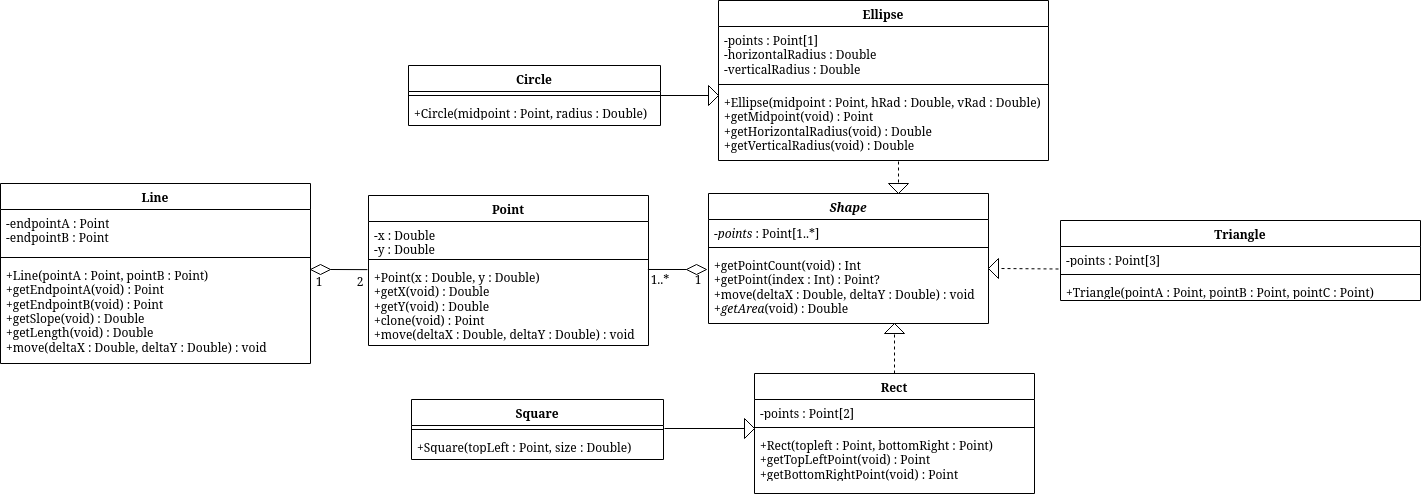
Before: UML.png, a diagram exported from draw.io (BrodySteidley/cs5700.1). Source tidied: cells renumbered, new cells last; positions are measured from the earlier drawing's top-left corner, leaving out a move shared by most shapes.
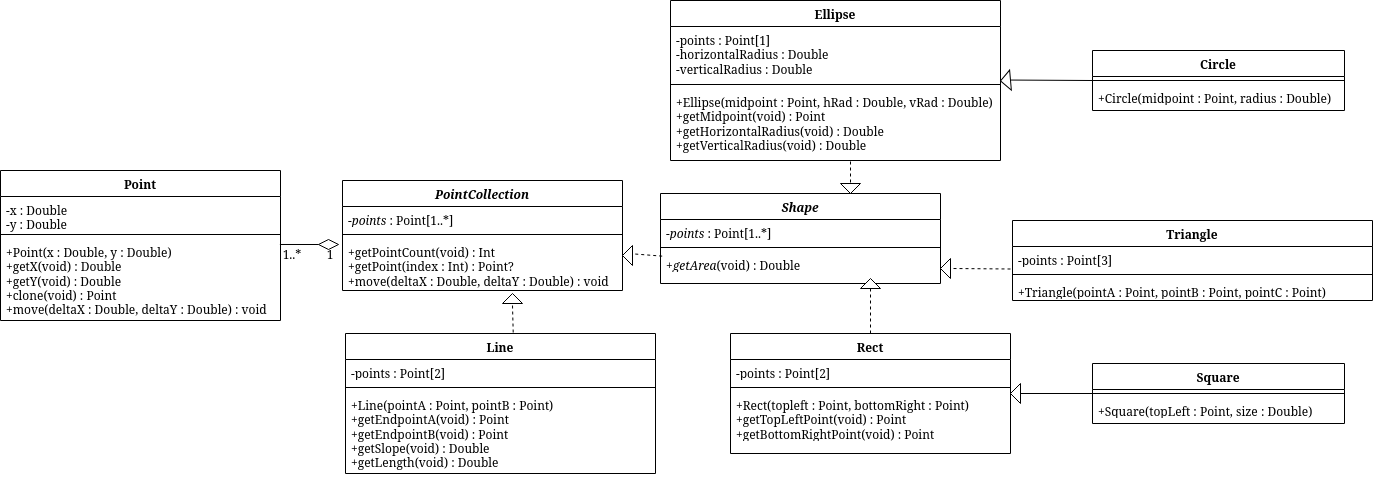
The same file after the commit.

Commit message:
Added PointCollection abstraction

What changed in the source:
```diff
@@ -3,7 +3,7 @@
     <mxCell id="0" />
     <mxCell id="1" parent="0" />
     <mxCell id="2" value="Point" style="swimlane;fontStyle=1;align=center;verticalAlign=top;horizontal=1;startSize=26;whiteSpace=wrap;html=1;" parent="1" vertex="1">
-      <mxGeometry x="368" y="195" width="280" height="150" as="geometry" />
+      <mxGeometry x="48" y="170" width="280" height="150" as="geometry" />
     </mxCell>
     <mxCell id="3" value="&lt;div&gt;-x : Double&lt;/div&gt;&lt;div&gt;-y : Double&lt;/div&gt;" style="text;strokeColor=none;fillColor=none;align=left;verticalAlign=top;spacingLeft=4;spacingRight=4;overflow=hidden;whiteSpace=wrap;html=1;" parent="2" vertex="1">
       <mxGeometry y="26" width="280" height="34" as="geometry" />
@@ -15,22 +15,19 @@
       <mxGeometry y="68" width="280" height="82" as="geometry" />
     </mxCell>
     <mxCell id="6" value="Line" style="swimlane;fontStyle=1;align=center;verticalAlign=top;horizontal=1;startSize=26;whiteSpace=wrap;html=1;" parent="1" vertex="1">
-      <mxGeometry y="183" width="310" height="180" as="geometry" />
+      <mxGeometry x="393" y="333" width="310" height="140" as="geometry" />
     </mxCell>
-    <mxCell id="7" value="&lt;div&gt;-endpointA : Point&lt;/div&gt;&lt;div&gt;-endpointB : Point&lt;/div&gt;" style="text;strokeColor=none;fillColor=none;align=left;verticalAlign=top;spacingLeft=4;spacingRight=4;overflow=hidden;whiteSpace=wrap;html=1;" parent="6" vertex="1">
-      <mxGeometry y="26" width="310" height="44" as="geometry" />
+    <mxCell id="7" value="-points : Point[2]" style="text;strokeColor=none;fillColor=none;align=left;verticalAlign=top;spacingLeft=4;spacingRight=4;overflow=hidden;whiteSpace=wrap;html=1;" parent="6" vertex="1">
+      <mxGeometry y="26" width="310" height="24" as="geometry" />
     </mxCell>
     <mxCell id="8" style="line;strokeWidth=1;fillColor=none;align=left;verticalAlign=middle;spacingTop=-1;spacingLeft=3;spacingRight=3;labelPosition=right;strokeColor=inherit;" parent="6" vertex="1">
-      <mxGeometry y="70" width="310" height="8" as="geometry" />
+      <mxGeometry y="50" width="310" height="8" as="geometry" />
     </mxCell>
-    <mxCell id="9" value="&lt;div&gt;+Line(pointA : Point, pointB : Point)&lt;/div&gt;&lt;div&gt;+getEndpointA(void) : Point&lt;/div&gt;&lt;div&gt;+getEndpointB(void) : Point&lt;/div&gt;&lt;div&gt;+getSlope(void) : Double&lt;/div&gt;&lt;div&gt;+getLength(void) : Double&lt;/div&gt;&lt;div&gt;+move(deltaX : Double, deltaY : Double) : void&lt;/div&gt;" style="text;strokeColor=none;fillColor=none;align=left;verticalAlign=top;spacingLeft=4;spacingRight=4;overflow=hidden;whiteSpace=wrap;html=1;" parent="6" vertex="1">
-      <mxGeometry y="78" width="310" height="102" as="geometry" />
+    <mxCell id="9" value="&lt;div&gt;+Line(pointA : Point, pointB : Point)&lt;/div&gt;&lt;div&gt;+getEndpointA(void) : Point&lt;/div&gt;&lt;div&gt;+getEndpointB(void) : Point&lt;/div&gt;&lt;div&gt;+getSlope(void) : Double&lt;/div&gt;&lt;div&gt;+getLength(void) : Double&lt;/div&gt;" style="text;strokeColor=none;fillColor=none;align=left;verticalAlign=top;spacingLeft=4;spacingRight=4;overflow=hidden;whiteSpace=wrap;html=1;" parent="6" vertex="1">
+      <mxGeometry y="58" width="310" height="82" as="geometry" />
     </mxCell>
-    <mxCell id="10" style="rhombus;whiteSpace=wrap;html=1;" parent="1" vertex="1">
-      <mxGeometry x="310" y="264" width="20" height="10" as="geometry" />
-    </mxCell>
     <mxCell id="11" value="Rect" style="swimlane;fontStyle=1;align=center;verticalAlign=top;horizontal=1;startSize=26;whiteSpace=wrap;html=1;" parent="1" vertex="1">
-      <mxGeometry x="754" y="373" width="280" height="120" as="geometry" />
+      <mxGeometry x="778" y="333" width="280" height="120" as="geometry" />
     </mxCell>
     <mxCell id="12" value="-points : Point[2]" style="text;strokeColor=none;fillColor=none;align=left;verticalAlign=top;spacingLeft=4;spacingRight=4;overflow=hidden;whiteSpace=wrap;html=1;" parent="11" vertex="1">
       <mxGeometry y="26" width="280" height="24" as="geometry" />
@@ -42,20 +39,18 @@
       <mxGeometry y="58" width="280" height="62" as="geometry" />
     </mxCell>
     <mxCell id="15" style="rhombus;whiteSpace=wrap;html=1;direction=west;" parent="1" vertex="1">
-      <mxGeometry x="686" y="264" width="20" height="10" as="geometry" />
+      <mxGeometry x="366" y="239" width="20" height="10" as="geometry" />
     </mxCell>
     <mxCell id="16" style="endArrow=none;html=1;rounded=0;entryX=1;entryY=0.5;entryDx=0;entryDy=0;exitX=1.005;exitY=1.068;exitDx=0;exitDy=0;exitPerimeter=0;" parent="1" edge="1" target="15">
       <mxGeometry relative="1" as="geometry">
-        <mxPoint x="647.4" y="269" as="sourcePoint" />
+        <mxPoint x="327.4" y="244" as="sourcePoint" />
       </mxGeometry>
     </mxCell>
-    <mxCell id="17" style="triangle;whiteSpace=wrap;html=1;" parent="1" vertex="1">
-      <mxGeometry x="744" y="418" width="10" height="20" as="geometry" />
+    <mxCell id="17" style="triangle;whiteSpace=wrap;html=1;direction=west;" parent="1" vertex="1">
+      <mxGeometry x="1058" y="383" width="10" height="20" as="geometry" />
     </mxCell>
-    <mxCell id="18" style="endArrow=none;html=1;rounded=0;exitX=1;exitY=0.5;exitDx=0;exitDy=0;entryX=0;entryY=0.5;entryDx=0;entryDy=0;" parent="1" edge="1" target="17">
-      <mxGeometry relative="1" as="geometry">
-        <mxPoint x="664" y="428" as="sourcePoint" />
-      </mxGeometry>
+    <mxCell id="18" style="endArrow=none;html=1;rounded=0;exitX=0;exitY=0.5;exitDx=0;exitDy=0;entryX=0;entryY=0.5;entryDx=0;entryDy=0;" parent="1" edge="1" source="47" target="17">
+      <mxGeometry relative="1" as="geometry" />
     </mxCell>
     <mxCell id="19" value="&lt;div&gt;Ellipse&lt;/div&gt;&lt;div&gt;&lt;br&gt;&lt;/div&gt;" style="swimlane;fontStyle=1;align=center;verticalAlign=top;horizontal=1;startSize=26;whiteSpace=wrap;html=1;" parent="1" vertex="1">
       <mxGeometry x="718" width="330" height="160" as="geometry" />
@@ -69,17 +64,14 @@
     <mxCell id="22" value="&lt;div&gt;+Ellipse(midpoint : Point, hRad : Double, vRad : Double)&lt;/div&gt;&lt;div&gt;+getMidpoint(void) : Point&lt;div&gt;&lt;/div&gt;&lt;div&gt;+getHorizontalRadius(void) : Double&lt;/div&gt;&lt;/div&gt;&lt;div&gt;+getVerticalRadius(void) : Double&lt;/div&gt;" style="text;strokeColor=none;fillColor=none;align=left;verticalAlign=top;spacingLeft=4;spacingRight=4;overflow=hidden;whiteSpace=wrap;html=1;" parent="19" vertex="1">
       <mxGeometry y="88" width="330" height="72" as="geometry" />
     </mxCell>
-    <mxCell id="23" style="endArrow=none;html=1;rounded=0;entryX=0;entryY=0.5;entryDx=0;entryDy=0;" parent="1" edge="1">
-      <mxGeometry relative="1" as="geometry">
-        <mxPoint x="660" y="95" as="sourcePoint" />
-        <mxPoint x="708" y="95" as="targetPoint" />
-      </mxGeometry>
+    <mxCell id="23" style="endArrow=none;html=1;rounded=0;exitX=0;exitY=0.5;exitDx=0;exitDy=0;entryX=0;entryY=0.5;entryDx=0;entryDy=0;" parent="1" edge="1" source="38" target="24">
+      <mxGeometry relative="1" as="geometry" />
     </mxCell>
-    <mxCell id="24" style="triangle;whiteSpace=wrap;html=1;" parent="1" vertex="1">
-      <mxGeometry x="708" y="85" width="10" height="20" as="geometry" />
+    <mxCell id="24" style="triangle;whiteSpace=wrap;html=1;rotation=-5;direction=west;" parent="1" vertex="1">
+      <mxGeometry x="1048" y="70" width="10" height="20" as="geometry" />
     </mxCell>
     <mxCell id="25" value="&lt;i&gt;Shape&lt;/i&gt;" style="swimlane;fontStyle=1;align=center;verticalAlign=top;horizontal=1;startSize=26;whiteSpace=wrap;html=1;" parent="1" vertex="1">
-      <mxGeometry x="708" y="193" width="280" height="130" as="geometry" />
+      <mxGeometry x="708" y="193" width="280" height="90" as="geometry" />
     </mxCell>
     <mxCell id="26" value="&lt;div&gt;-&lt;i&gt;points&lt;/i&gt; : Point[1..*]&lt;/div&gt;" style="text;strokeColor=none;fillColor=none;align=left;verticalAlign=top;spacingLeft=4;spacingRight=4;overflow=hidden;whiteSpace=wrap;html=1;" parent="25" vertex="1">
       <mxGeometry y="26" width="280" height="24" as="geometry" />
@@ -87,14 +79,20 @@
     <mxCell id="27" style="line;strokeWidth=1;fillColor=none;align=left;verticalAlign=middle;spacingTop=-1;spacingLeft=3;spacingRight=3;labelPosition=right;strokeColor=inherit;" parent="25" vertex="1">
       <mxGeometry y="50" width="280" height="8" as="geometry" />
     </mxCell>
+    <mxCell id="50" style="endArrow=none;dashed=1;html=1;rounded=0;exitX=0.006;exitY=0.12;exitDx=0;exitDy=0;entryX=0;entryY=0.5;entryDx=0;entryDy=0;exitPerimeter=0;" parent="25" edge="1">
+      <mxGeometry relative="1" as="geometry">
+        <mxPoint x="1.7" y="62.6" as="sourcePoint" />
+        <mxPoint x="-28" y="60.3" as="targetPoint" />
+      </mxGeometry>
+    </mxCell>
-    <mxCell id="28" value="&lt;div&gt;+getPointCount(void) : Int&lt;/div&gt;&lt;div&gt;+getPoint(index : Int) : Point?&lt;/div&gt;&lt;div&gt;+move(deltaX : Double, deltaY : Double) : void&lt;/div&gt;&lt;div&gt;&lt;/div&gt;&lt;div&gt;+&lt;i&gt;getArea&lt;/i&gt;(void) : Double&lt;/div&gt;" style="text;strokeColor=none;fillColor=none;align=left;verticalAlign=top;spacingLeft=4;spacingRight=4;overflow=hidden;whiteSpace=wrap;html=1;" parent="25" vertex="1">
-      <mxGeometry y="58" width="280" height="72" as="geometry" />
+    <mxCell id="28" value="&lt;div&gt;+&lt;i&gt;getArea&lt;/i&gt;(void) : Double&lt;/div&gt;" style="text;strokeColor=none;fillColor=none;align=left;verticalAlign=top;spacingLeft=4;spacingRight=4;overflow=hidden;whiteSpace=wrap;html=1;" parent="25" vertex="1">
+      <mxGeometry y="58" width="280" height="32" as="geometry" />
     </mxCell>
     <mxCell id="29" style="endArrow=none;dashed=1;html=1;rounded=0;exitX=0.5;exitY=0;exitDx=0;exitDy=0;entryX=0;entryY=0.5;entryDx=0;entryDy=0;" parent="1" edge="1" source="11" target="30">
       <mxGeometry relative="1" as="geometry" />
     </mxCell>
     <mxCell id="30" style="triangle;whiteSpace=wrap;html=1;direction=north;" parent="1" vertex="1">
-      <mxGeometry x="884" y="323" width="20" height="10" as="geometry" />
+      <mxGeometry x="908" y="278" width="20" height="10" as="geometry" />
     </mxCell>
     <mxCell id="31" style="endArrow=none;dashed=1;html=1;rounded=0;exitX=0;exitY=0.5;exitDx=0;exitDy=0;entryX=0;entryY=0.5;entryDx=0;entryDy=0;" parent="1" edge="1" target="32">
       <mxGeometry relative="1" as="geometry">
@@ -112,19 +110,14 @@
     <mxCell id="34" style="triangle;whiteSpace=wrap;html=1;direction=south;" parent="1" vertex="1">
       <mxGeometry x="888" y="183" width="20" height="10" as="geometry" />
     </mxCell>
-    <mxCell id="35" style="endArrow=none;html=1;rounded=0;exitX=1;exitY=0.5;exitDx=0;exitDy=0;entryX=-0.011;entryY=1.003;entryDx=0;entryDy=0;entryPerimeter=0;" parent="1" edge="1" source="10">
-      <mxGeometry relative="1" as="geometry">
-        <mxPoint x="366.9" y="269.1" as="targetPoint" />
-      </mxGeometry>
-    </mxCell>
     <mxCell id="36" value="1..*" style="text;html=1;whiteSpace=wrap;strokeColor=none;fillColor=none;align=center;verticalAlign=middle;rounded=0;" parent="1" vertex="1">
-      <mxGeometry x="630" y="264" width="60" height="30" as="geometry" />
+      <mxGeometry x="310" y="239" width="60" height="30" as="geometry" />
     </mxCell>
     <mxCell id="37" value="1" style="text;html=1;whiteSpace=wrap;strokeColor=none;fillColor=none;align=center;verticalAlign=middle;rounded=0;" parent="1" vertex="1">
-      <mxGeometry x="668" y="264" width="60" height="30" as="geometry" />
+      <mxGeometry x="348" y="239" width="60" height="30" as="geometry" />
     </mxCell>
     <mxCell id="38" value="Circle" style="swimlane;fontStyle=1;align=center;verticalAlign=top;horizontal=1;startSize=26;whiteSpace=wrap;html=1;" parent="1" vertex="1">
-      <mxGeometry x="408" y="65" width="252" height="60" as="geometry" />
+      <mxGeometry x="1140" y="50" width="252" height="60" as="geometry" />
     </mxCell>
     <mxCell id="39" style="line;strokeWidth=1;fillColor=none;align=left;verticalAlign=middle;spacingTop=-1;spacingLeft=3;spacingRight=3;labelPosition=right;strokeColor=inherit;" parent="38" vertex="1">
       <mxGeometry y="26" width="252" height="8" as="geometry" />
@@ -144,14 +137,8 @@
     <mxCell id="44" value="&lt;div&gt;+Triangle(pointA : Point, pointB : Point, pointC : Point)&lt;/div&gt;" style="text;strokeColor=none;fillColor=none;align=left;verticalAlign=top;spacingLeft=4;spacingRight=4;overflow=hidden;whiteSpace=wrap;html=1;" parent="41" vertex="1">
       <mxGeometry y="58" width="360" height="22" as="geometry" />
     </mxCell>
-    <mxCell id="45" value="1" style="text;html=1;whiteSpace=wrap;strokeColor=none;fillColor=none;align=center;verticalAlign=middle;rounded=0;" parent="1" vertex="1">
-      <mxGeometry x="289" y="266" width="60" height="30" as="geometry" />
-    </mxCell>
-    <mxCell id="46" value="2" style="text;html=1;whiteSpace=wrap;strokeColor=none;fillColor=none;align=center;verticalAlign=middle;rounded=0;" parent="1" vertex="1">
-      <mxGeometry x="330" y="266" width="60" height="30" as="geometry" />
-    </mxCell>
     <mxCell id="47" value="Square" style="swimlane;fontStyle=1;align=center;verticalAlign=top;horizontal=1;startSize=26;whiteSpace=wrap;html=1;" parent="1" vertex="1">
-      <mxGeometry x="411" y="399" width="252" height="60" as="geometry" />
+      <mxGeometry x="1140" y="363" width="252" height="60" as="geometry" />
     </mxCell>
     <mxCell id="48" style="line;strokeWidth=1;fillColor=none;align=left;verticalAlign=middle;spacingTop=-1;spacingLeft=3;spacingRight=3;labelPosition=right;strokeColor=inherit;" parent="47" vertex="1">
       <mxGeometry y="26" width="252" height="8" as="geometry" />
@@ -159,5 +146,28 @@
     <mxCell id="49" value="+Square(topLeft : Point, size : Double)" style="text;strokeColor=none;fillColor=none;align=left;verticalAlign=top;spacingLeft=4;spacingRight=4;overflow=hidden;whiteSpace=wrap;html=1;" parent="47" vertex="1">
       <mxGeometry y="34" width="252" height="26" as="geometry" />
     </mxCell>
+    <mxCell id="51" value="&lt;i&gt;PointCollection&lt;/i&gt;" style="swimlane;fontStyle=1;align=center;verticalAlign=top;horizontal=1;startSize=26;whiteSpace=wrap;html=1;" parent="1" vertex="1">
+      <mxGeometry x="390" y="180" width="280" height="110" as="geometry" />
+    </mxCell>
+    <mxCell id="52" value="&lt;div&gt;-&lt;i&gt;points&lt;/i&gt; : Point[1..*]&lt;/div&gt;" style="text;strokeColor=none;fillColor=none;align=left;verticalAlign=top;spacingLeft=4;spacingRight=4;overflow=hidden;whiteSpace=wrap;html=1;" parent="51" vertex="1">
+      <mxGeometry y="26" width="280" height="24" as="geometry" />
+    </mxCell>
+    <mxCell id="53" style="line;strokeWidth=1;fillColor=none;align=left;verticalAlign=middle;spacingTop=-1;spacingLeft=3;spacingRight=3;labelPosition=right;strokeColor=inherit;" parent="51" vertex="1">
+      <mxGeometry y="50" width="280" height="8" as="geometry" />
+    </mxCell>
+    <mxCell id="54" value="&lt;div&gt;+getPointCount(void) : Int&lt;/div&gt;&lt;div&gt;+getPoint(index : Int) : Point?&lt;/div&gt;&lt;div&gt;+move(deltaX : Double, deltaY : Double) : void&lt;/div&gt;" style="text;strokeColor=none;fillColor=none;align=left;verticalAlign=top;spacingLeft=4;spacingRight=4;overflow=hidden;whiteSpace=wrap;html=1;" parent="51" vertex="1">
+      <mxGeometry y="58" width="280" height="52" as="geometry" />
+    </mxCell>
+    <mxCell id="55" style="triangle;whiteSpace=wrap;html=1;direction=north;" parent="1" vertex="1">
+      <mxGeometry x="550" y="293" width="20" height="10" as="geometry" />
+    </mxCell>
+    <mxCell id="56" style="triangle;whiteSpace=wrap;html=1;direction=west;" parent="1" vertex="1">
+      <mxGeometry x="670" y="245" width="10" height="20" as="geometry" />
+    </mxCell>
+    <mxCell id="57" style="endArrow=none;dashed=1;html=1;rounded=0;entryX=0;entryY=0.5;entryDx=0;entryDy=0;exitX=0.541;exitY=-0.007;exitDx=0;exitDy=0;exitPerimeter=0;" parent="1" edge="1" source="6">
+      <mxGeometry relative="1" as="geometry">
+        <mxPoint x="560" y="305" as="targetPoint" />
+      </mxGeometry>
+    </mxCell>
   </root>
 </mxGraphModel>
```
